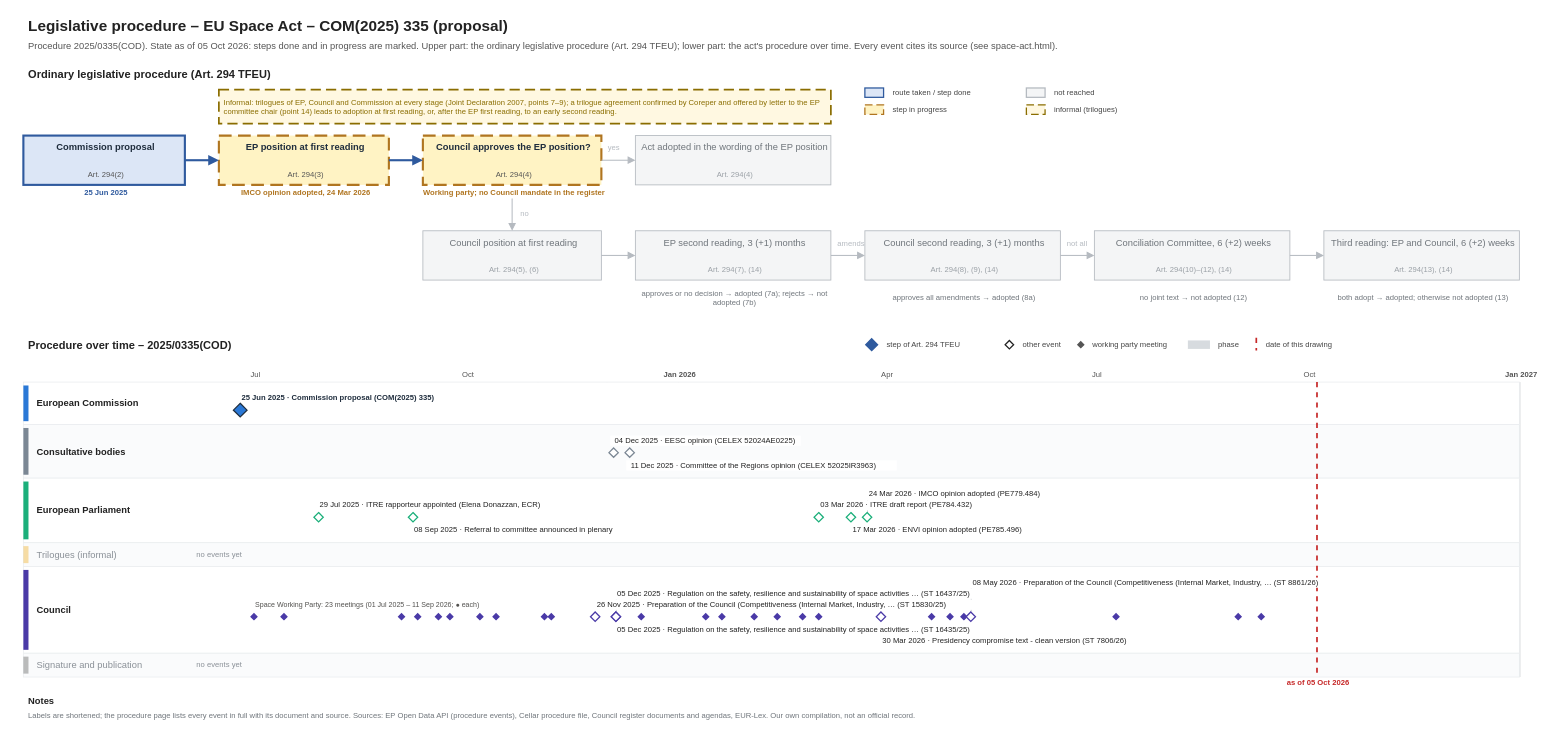
Before: procedures/space-act.drawio in git-z0man/eu-regulation-timeline, a draw.io diagram. Source tidied: cells renumbered, new cells numbered last; positions are measured from the earlier drawing's top-left corner, leaving out a move shared by most shapes. Both pictures are drawn from the tidied source at 85%, with x=0, y=0 at pixel (14, 14).
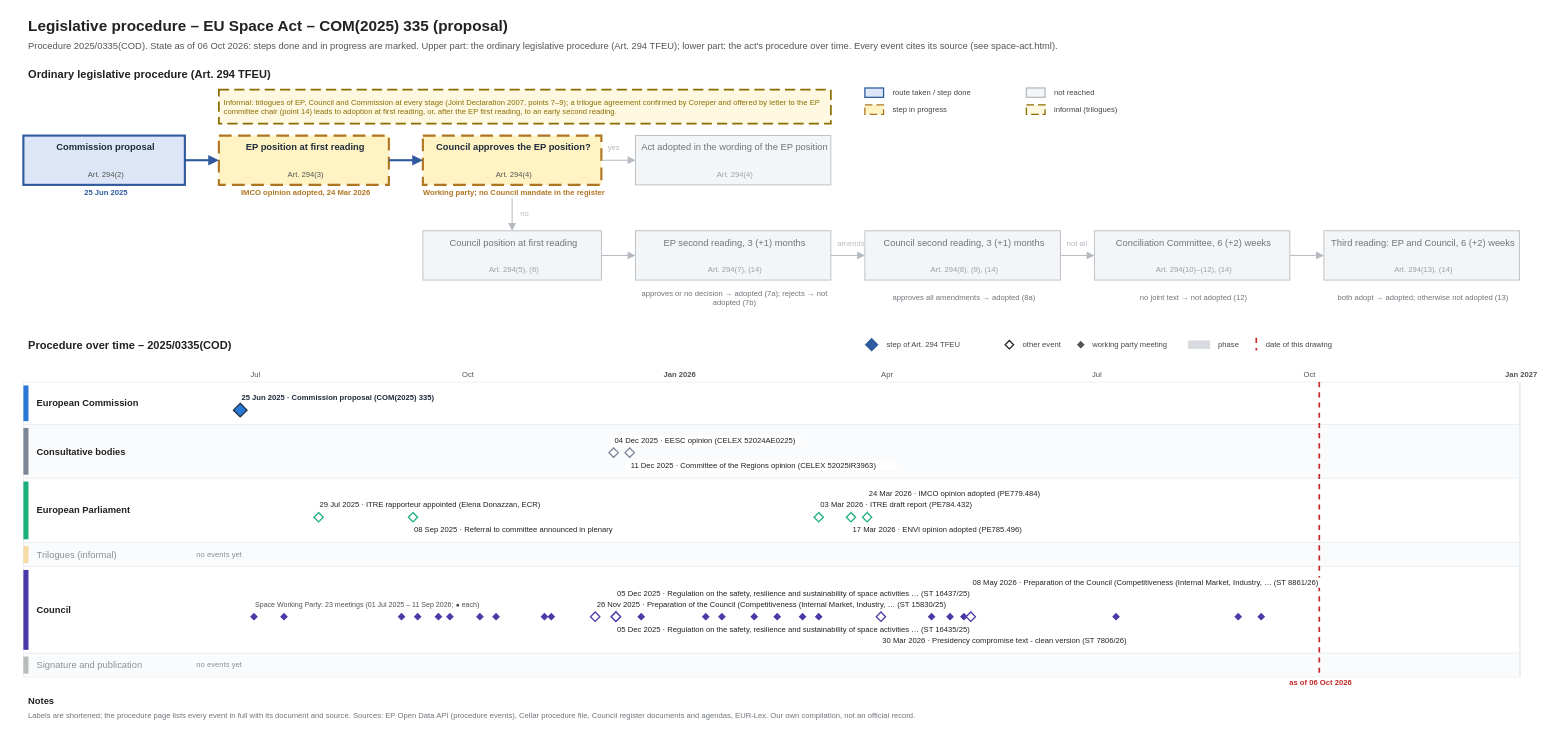
After the change.

The edit, as a diff of the source:
```diff
@@
-    <mxCell id="3" value="Procedure 2025/0335(COD). State as of 05 Oct 2026: steps done and in progress are marked. Upper part: the ordinary legislative procedure (Art. 294 TFEU); lower part: the act's procedure over time. Every event cites its source (see space-act.html)." style="text;html=1;fontSize=11;fontColor=#555555;align=left;verticalAlign=middle;spacingLeft=4;" parent="1" vertex="1">
+    <mxCell id="3" value="Procedure 2025/0335(COD). State as of 06 Oct 2026: steps done and in progress are marked. Upper part: the ordinary legislative procedure (Art. 294 TFEU); lower part: the act's procedure over time. Every event cites its source (see space-act.html)." style="text;html=1;fontSize=11;fontColor=#555555;align=left;verticalAlign=middle;spacingLeft=4;" parent="1" vertex="1">
       <mxGeometry x="10" y="28" width="1700" height="18" as="geometry" />
     </mxCell>
@@
     <mxCell id="119" style="line;html=1;strokeWidth=2;strokeColor=#c62828;direction=south;dashed=1;" parent="1" vertex="1">
-      <mxGeometry x="1531.4" y="432" width="1" height="347" as="geometry" />
+      <mxGeometry x="1534.1" y="432" width="1" height="347" as="geometry" />
     </mxCell>
-    <mxCell id="120" value="as of 05 Oct 2026" style="text;html=1;fontSize=9;fontColor=#c62828;align=center;verticalAlign=middle;spacingLeft=4;fontStyle=1;" parent="1" vertex="1">
-      <mxGeometry x="1471.4" y="780" width="120" height="12" as="geometry" />
+    <mxCell id="120" value="as of 06 Oct 2026" style="text;html=1;fontSize=9;fontColor=#c62828;align=center;verticalAlign=middle;spacingLeft=4;fontStyle=1;" parent="1" vertex="1">
+      <mxGeometry x="1474.1" y="780" width="120" height="12" as="geometry" />
     </mxCell>
```
